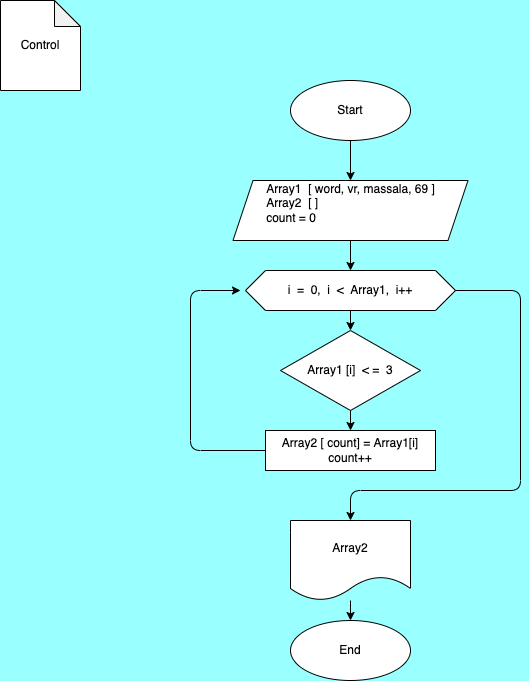
Earlier version of the draw.io export ex001.drawio.png (YuriyVladimirovich1/Control-work). Source tidied: cells renumbered, new cells last; positions are measured from the earlier drawing's top-left corner, leaving out a move shared by most shapes.
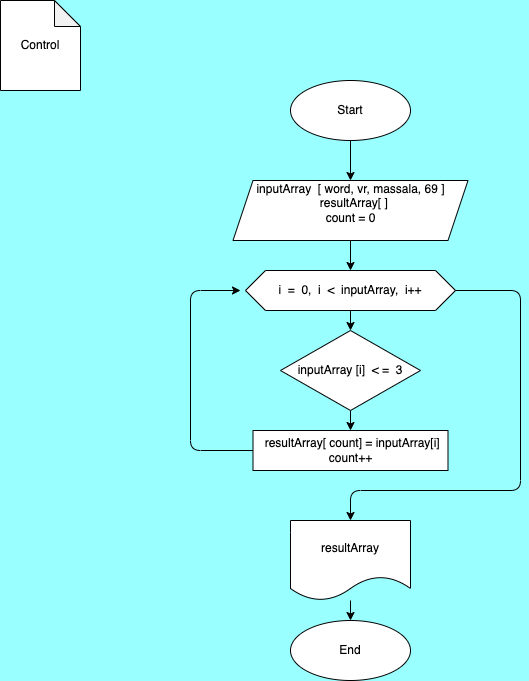
After the commit.

Commit message:
Changed the names of the array

Diff of the diagram source:
```diff
@@ -14,19 +14,19 @@
     <mxCell id="5" style="edgeStyle=none;html=1;strokeColor=#000000;" parent="1" edge="1" source="6" target="17">
       <mxGeometry relative="1" as="geometry" />
     </mxCell>
-    <mxCell id="6" value="i&amp;nbsp; =&amp;nbsp; 0,&amp;nbsp; i&amp;nbsp; &amp;lt;&amp;nbsp; Array1,&amp;nbsp; i++" style="shape=hexagon;perimeter=hexagonPerimeter2;whiteSpace=wrap;html=1;fixedSize=1;labelBackgroundColor=#FFFFFF;fontColor=#000000;fillColor=#FFFFFF;strokeColor=#000000;" parent="1" vertex="1">
+    <mxCell id="6" value="i&amp;nbsp; =&amp;nbsp; 0,&amp;nbsp; i&amp;nbsp; &amp;lt;&amp;nbsp; inputArray,&amp;nbsp; i++" style="shape=hexagon;perimeter=hexagonPerimeter2;whiteSpace=wrap;html=1;fixedSize=1;labelBackgroundColor=#FFFFFF;fontColor=#000000;fillColor=#FFFFFF;strokeColor=#000000;" parent="1" vertex="1">
       <mxGeometry x="245" y="270" width="210" height="40" as="geometry" />
     </mxCell>
     <mxCell id="7" style="edgeStyle=none;html=1;fontColor=#000000;strokeColor=#000000;" parent="1" edge="1" source="8" target="14">
       <mxGeometry relative="1" as="geometry" />
     </mxCell>
-    <mxCell id="8" value="Array2" style="shape=document;whiteSpace=wrap;html=1;boundedLbl=1;labelBackgroundColor=#FFFFFF;fontColor=#000000;fillColor=#FFFFFF;strokeColor=#000000;" parent="1" vertex="1">
+    <mxCell id="8" value="resultArray" style="shape=document;whiteSpace=wrap;html=1;boundedLbl=1;labelBackgroundColor=#FFFFFF;fontColor=#000000;fillColor=#FFFFFF;strokeColor=#000000;" parent="1" vertex="1">
       <mxGeometry x="290" y="520" width="120" height="80" as="geometry" />
     </mxCell>
     <mxCell id="9" style="edgeStyle=none;html=1;fontColor=#000000;strokeColor=#000000;" parent="1" edge="1" source="10" target="6">
       <mxGeometry relative="1" as="geometry" />
     </mxCell>
-    <mxCell id="10" value="Array1&amp;nbsp; [ word, vr, massala, 69 ]&lt;br&gt;&lt;div style=&quot;text-align: left&quot;&gt;Array2&amp;nbsp; [ ]&lt;/div&gt;&lt;div style=&quot;text-align: left&quot;&gt;count = 0&lt;/div&gt;&lt;div style=&quot;text-align: left&quot;&gt;&amp;nbsp;&lt;/div&gt;" style="shape=parallelogram;perimeter=parallelogramPerimeter;whiteSpace=wrap;html=1;fixedSize=1;labelBackgroundColor=#FFFFFF;fontColor=#000000;fillColor=#FFFFFF;strokeColor=#000000;" parent="1" vertex="1">
+    <mxCell id="10" value="&lt;div&gt;inputArray&amp;nbsp; [ word, vr, massala, 69 ]&lt;/div&gt;&lt;div&gt;&amp;nbsp; resultArray[ ]&lt;/div&gt;&lt;div&gt;count = 0&lt;/div&gt;&lt;div style=&quot;text-align: left&quot;&gt;&amp;nbsp;&lt;/div&gt;" style="shape=parallelogram;perimeter=parallelogramPerimeter;whiteSpace=wrap;html=1;fixedSize=1;labelBackgroundColor=#FFFFFF;fontColor=#000000;fillColor=#FFFFFF;strokeColor=#000000;" parent="1" vertex="1">
       <mxGeometry x="232.5" y="180" width="235" height="60" as="geometry" />
     </mxCell>
     <mxCell id="11" style="edgeStyle=none;html=1;fontColor=#000000;strokeColor=#000000;" parent="1" edge="1" source="12">
@@ -38,8 +38,8 @@
         </Array>
       </mxGeometry>
     </mxCell>
-    <mxCell id="12" value="Array2 [ count] = Array1[i]&lt;br&gt;count++" style="rounded=0;whiteSpace=wrap;html=1;labelBackgroundColor=#FFFFFF;fontColor=#000000;fillColor=#FFFFFF;strokeColor=#000000;" parent="1" vertex="1">
-      <mxGeometry x="265" y="430" width="170" height="40" as="geometry" />
+    <mxCell id="12" value="&lt;font style=&quot;background-color: rgb(255 , 255 , 255)&quot;&gt;&amp;nbsp;resultArray[ count] = inputArray[i]&lt;br&gt;count++&lt;/font&gt;" style="rounded=0;whiteSpace=wrap;html=1;labelBackgroundColor=#FFFFFF;fontColor=#000000;fillColor=#FFFFFF;strokeColor=#000000;" parent="1" vertex="1">
+      <mxGeometry x="252.5" y="430" width="195" height="40" as="geometry" />
     </mxCell>
     <mxCell id="13" style="edgeStyle=none;html=1;fontColor=#000000;strokeColor=#000000;" parent="1" edge="1" target="10">
       <mxGeometry relative="1" as="geometry">
@@ -61,7 +61,7 @@
     <mxCell id="16" style="edgeStyle=none;html=1;strokeColor=#000000;" parent="1" edge="1" source="17" target="12">
       <mxGeometry relative="1" as="geometry" />
     </mxCell>
-    <mxCell id="17" value="&lt;span style=&quot;color: rgb(0 , 0 , 0) ; background-color: rgb(255 , 255 , 255)&quot;&gt;Array1 [i]&amp;nbsp; &amp;lt; =&amp;nbsp; 3&lt;/span&gt;" style="rhombus;whiteSpace=wrap;html=1;fillColor=#FFFFFF;strokeColor=#000000;" parent="1" vertex="1">
+    <mxCell id="17" value="&lt;span style=&quot;color: rgb(0 , 0 , 0) ; background-color: rgb(255 , 255 , 255)&quot;&gt;inputArray [i]&amp;nbsp; &amp;lt; =&amp;nbsp; 3&lt;/span&gt;" style="rhombus;whiteSpace=wrap;html=1;fillColor=#FFFFFF;strokeColor=#000000;" parent="1" vertex="1">
       <mxGeometry x="280" y="330" width="140" height="80" as="geometry" />
     </mxCell>
   </root>
```
